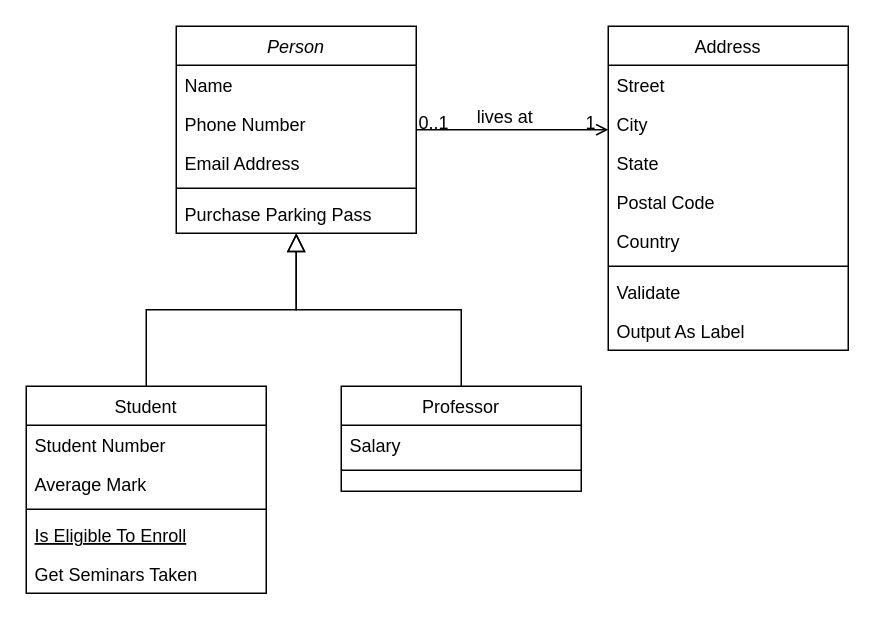
Earlier version of the draw.io diagram Quick Commerce platform Class Diagram.drawio (geeky-sanjay/class-diagrams). Source tidied: cells renumbered, new cells numbered last; positions are measured from the earlier drawing's top-left corner, leaving out a move shared by most shapes. Both pictures are drawn from the tidied source at 150%, with x=0, y=0 at pixel (26, 26).
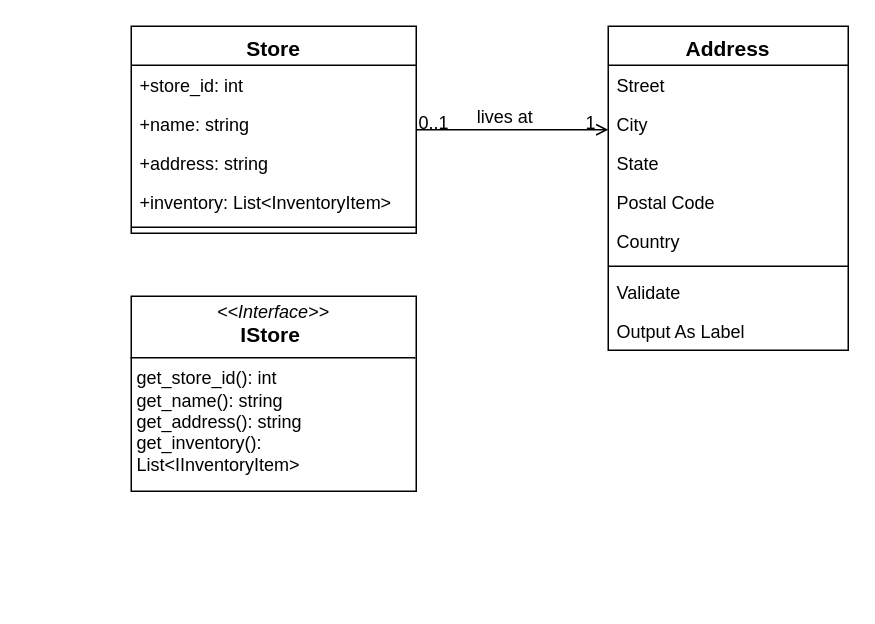
The same page after the edit.

The edit, as a diff of the source:
```diff
@@
-    <mxCell id="2" value="Person" style="swimlane;fontStyle=2;align=center;verticalAlign=top;horizontal=1;startSize=26;rounded=0;shadow=0;strokeWidth=1;" parent="1" vertex="1">
-      <mxGeometry x="100" width="160" height="138" as="geometry" />
+    <mxCell id="2" value="Store " style="swimlane;fontStyle=1;align=center;verticalAlign=top;horizontal=1;startSize=26;rounded=0;shadow=0;strokeWidth=1;fontSize=14;" parent="1" vertex="1">
+      <mxGeometry x="70" width="190" height="138" as="geometry" />
     </mxCell>
-    <mxCell id="3" value="Name" style="text;align=left;verticalAlign=top;spacingLeft=4;spacingRight=4;overflow=hidden;" parent="2" vertex="1">
-      <mxGeometry y="26" width="160" height="26" as="geometry" />
+    <mxCell id="3" value="+store_id: int" style="text;align=left;verticalAlign=top;spacingLeft=4;spacingRight=4;overflow=hidden;" parent="2" vertex="1">
+      <mxGeometry y="26" width="190" height="26" as="geometry" />
     </mxCell>
-    <mxCell id="4" value="Phone Number" style="text;align=left;verticalAlign=top;spacingLeft=4;spacingRight=4;overflow=hidden;rounded=0;shadow=0;html=0;" parent="2" vertex="1">
-      <mxGeometry y="52" width="160" height="26" as="geometry" />
+    <mxCell id="4" value="+name: string" style="text;align=left;verticalAlign=top;spacingLeft=4;spacingRight=4;overflow=hidden;rounded=0;shadow=0;html=0;" parent="2" vertex="1">
+      <mxGeometry y="52" width="190" height="26" as="geometry" />
     </mxCell>
-    <mxCell id="5" value="Email Address" style="text;align=left;verticalAlign=top;spacingLeft=4;spacingRight=4;overflow=hidden;rounded=0;shadow=0;html=0;" parent="2" vertex="1">
-      <mxGeometry y="78" width="160" height="26" as="geometry" />
+    <mxCell id="5" value="+address: string" style="text;align=left;verticalAlign=top;spacingLeft=4;spacingRight=4;overflow=hidden;rounded=0;shadow=0;html=0;" parent="2" vertex="1">
+      <mxGeometry y="78" width="190" height="26" as="geometry" />
     </mxCell>
+    <mxCell id="32" value="+inventory: List&lt;InventoryItem&gt;" style="text;align=left;verticalAlign=top;spacingLeft=4;spacingRight=4;overflow=hidden;rounded=0;shadow=0;html=0;" parent="2" vertex="1">
+      <mxGeometry y="104" width="190" height="26" as="geometry" />
+    </mxCell>
     <mxCell id="6" style="line;html=1;strokeWidth=1;align=left;verticalAlign=middle;spacingTop=-1;spacingLeft=3;spacingRight=3;labelPosition=right;" parent="2" vertex="1">
-      <mxGeometry y="104" width="160" height="8" as="geometry" />
+      <mxGeometry y="130" width="190" height="8" as="geometry" />
     </mxCell>
-    <mxCell id="7" value="Purchase Parking Pass" style="text;align=left;verticalAlign=top;spacingLeft=4;spacingRight=4;overflow=hidden;" parent="2" vertex="1">
-      <mxGeometry y="112" width="160" height="26" as="geometry" />
-    </mxCell>
-    <mxCell id="8" value="Student" style="swimlane;fontStyle=0;align=center;verticalAlign=top;horizontal=1;startSize=26;rounded=0;shadow=0;strokeWidth=1;" parent="1" vertex="1">
-      <mxGeometry y="240" width="160" height="138" as="geometry" />
-    </mxCell>
-    <mxCell id="9" value="Student Number" style="text;align=left;verticalAlign=top;spacingLeft=4;spacingRight=4;overflow=hidden;" parent="8" vertex="1">
-      <mxGeometry y="26" width="160" height="26" as="geometry" />
-    </mxCell>
-    <mxCell id="10" value="Average Mark" style="text;align=left;verticalAlign=top;spacingLeft=4;spacingRight=4;overflow=hidden;rounded=0;shadow=0;html=0;" parent="8" vertex="1">
-      <mxGeometry y="52" width="160" height="26" as="geometry" />
-    </mxCell>
-    <mxCell id="11" style="line;html=1;strokeWidth=1;align=left;verticalAlign=middle;spacingTop=-1;spacingLeft=3;spacingRight=3;labelPosition=right;" parent="8" vertex="1">
-      <mxGeometry y="78" width="160" height="8" as="geometry" />
-    </mxCell>
-    <mxCell id="12" value="Is Eligible To Enroll" style="text;align=left;verticalAlign=top;spacingLeft=4;spacingRight=4;overflow=hidden;fontStyle=4;" parent="8" vertex="1">
-      <mxGeometry y="86" width="160" height="26" as="geometry" />
-    </mxCell>
-    <mxCell id="13" value="Get Seminars Taken" style="text;align=left;verticalAlign=top;spacingLeft=4;spacingRight=4;overflow=hidden;" parent="8" vertex="1">
-      <mxGeometry y="112" width="160" height="26" as="geometry" />
-    </mxCell>
-    <mxCell id="14" style="endArrow=block;endSize=10;endFill=0;shadow=0;strokeWidth=1;rounded=0;curved=0;edgeStyle=elbowEdgeStyle;elbow=vertical;" parent="1" edge="1" source="8" target="2">
-      <mxGeometry relative="1" as="geometry" />
-    </mxCell>
-    <mxCell id="15" value="Professor" style="swimlane;fontStyle=0;align=center;verticalAlign=top;horizontal=1;startSize=26;rounded=0;shadow=0;strokeWidth=1;" parent="1" vertex="1">
-      <mxGeometry x="210" y="240" width="160" height="70" as="geometry" />
-    </mxCell>
-    <mxCell id="16" value="Salary" style="text;align=left;verticalAlign=top;spacingLeft=4;spacingRight=4;overflow=hidden;" parent="15" vertex="1">
-      <mxGeometry y="26" width="160" height="26" as="geometry" />
-    </mxCell>
-    <mxCell id="17" style="line;html=1;strokeWidth=1;align=left;verticalAlign=middle;spacingTop=-1;spacingLeft=3;spacingRight=3;labelPosition=right;" parent="15" vertex="1">
-      <mxGeometry y="52" width="160" height="8" as="geometry" />
-    </mxCell>
-    <mxCell id="18" style="endArrow=block;endSize=10;endFill=0;shadow=0;strokeWidth=1;rounded=0;curved=0;edgeStyle=elbowEdgeStyle;elbow=vertical;" parent="1" edge="1" source="15" target="2">
-      <mxGeometry relative="1" as="geometry" />
-    </mxCell>
-    <mxCell id="19" value="Address" style="swimlane;fontStyle=0;align=center;verticalAlign=top;horizontal=1;startSize=26;rounded=0;shadow=0;strokeWidth=1;" parent="1" vertex="1">
+    <mxCell id="19" value="Address" style="swimlane;fontStyle=1;align=center;verticalAlign=top;horizontal=1;startSize=26;rounded=0;shadow=0;strokeWidth=1;fontSize=14;" parent="1" vertex="1">
       <mxGeometry x="388" width="160" height="216" as="geometry" />
     </mxCell>
@@
+    <mxCell id="33" value="&lt;p style=&quot;margin:0px;margin-top:4px;text-align:center;&quot;&gt;&lt;i&gt;&amp;lt;&amp;lt;Interface&amp;gt;&amp;gt;&lt;/i&gt;&lt;br&gt;&lt;b&gt;&lt;font style=&quot;font-size: 14px;&quot;&gt;IStore&amp;nbsp;&lt;/font&gt;&lt;/b&gt;&lt;br&gt;&lt;/p&gt;&lt;hr size=&quot;1&quot; style=&quot;border-style:solid;&quot;&gt;&lt;p style=&quot;margin:0px;margin-left:4px;&quot;&gt;get_store_id(): int&lt;br&gt;&lt;/p&gt;&lt;p style=&quot;margin:0px;margin-left:4px;&quot;&gt;get_name(): string&lt;br&gt;get_address(): string&lt;br&gt;get_inventory(): List&amp;lt;IInventoryItem&amp;gt;&lt;br&gt;&lt;/p&gt;" style="verticalAlign=top;align=left;overflow=fill;html=1;whiteSpace=wrap;" parent="1" vertex="1">
+      <mxGeometry x="70" y="180" width="190" height="130" as="geometry" />
+    </mxCell>
```
